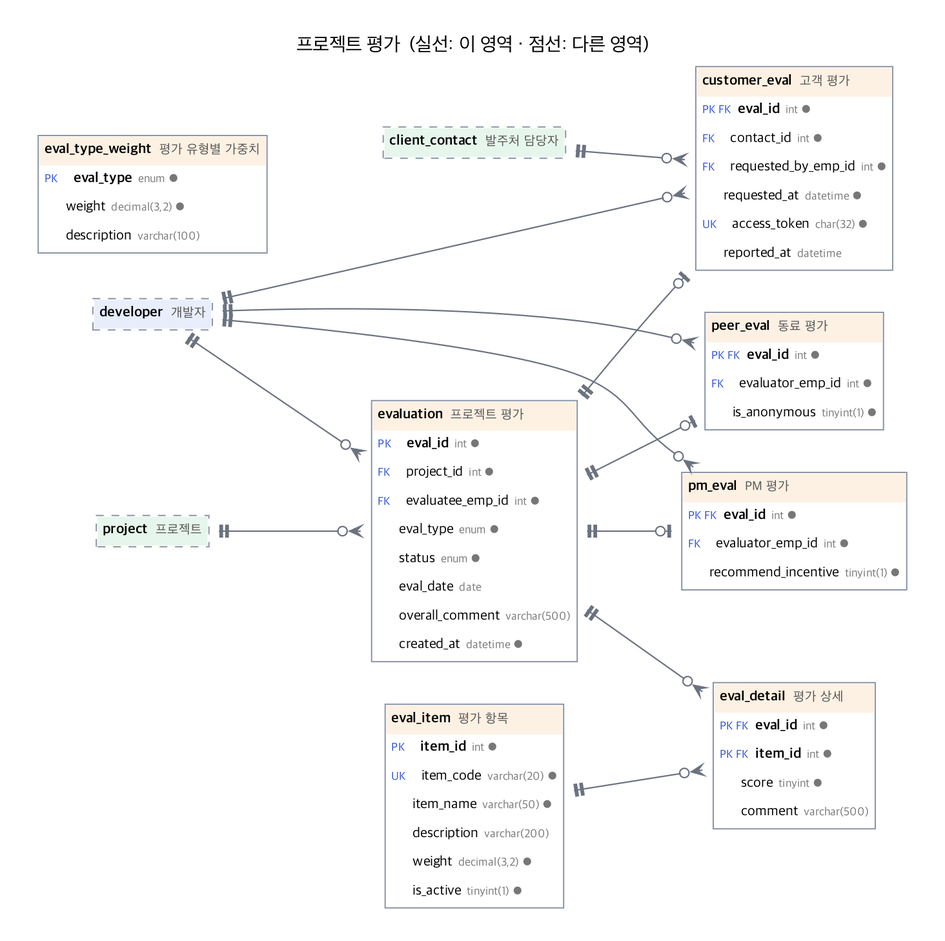
moovingGun/database-teamproject keeps this Graphviz diagram as docs/erd/03_eval.png. Above is the earlier version. Its source is kept beside it as docs/erd/03_eval.dot. The source it was exported from:
```dot
digraph "03_eval" {
  graph [rankdir=LR, fontname="Apple SD Gothic Neo", fontsize=13, bgcolor="white", nodesep=0.35, pad=0.3, splines=true, newrank=true, ranksep=0.9];
  node  [shape=plaintext, fontname="Apple SD Gothic Neo", fontsize=11];
  edge  [fontname="Apple SD Gothic Neo", fontsize=9];
  label="프로젝트 평가  (실선: 이 영역 · 점선: 다른 영역)"; labelloc=t; fontsize=15;
  "evaluation" [label=<<TABLE BORDER="1" CELLBORDER="0" CELLSPACING="0" CELLPADDING="4" COLOR="#8a94a6"><TR><TD BGCOLOR="#fdf1e3" ALIGN="LEFT"><B>evaluation</B>  <FONT POINT-SIZE="10" COLOR="#555555">프로젝트 평가</FONT></TD></TR><TR><TD ALIGN="LEFT"><FONT POINT-SIZE="9" COLOR="#2b4fd6">PK    </FONT> <B>eval_id</B><FONT POINT-SIZE="9" COLOR="#777777">  int ●</FONT></TD></TR><TR><TD ALIGN="LEFT"><FONT POINT-SIZE="9" COLOR="#2b4fd6">FK    </FONT> project_id<FONT POINT-SIZE="9" COLOR="#777777">  int ●</FONT></TD></TR><TR><TD ALIGN="LEFT"><FONT POINT-SIZE="9" COLOR="#2b4fd6">FK    </FONT> evaluatee_emp_id<FONT POINT-SIZE="9" COLOR="#777777">  int ●</FONT></TD></TR><TR><TD ALIGN="LEFT"><FONT POINT-SIZE="9" COLOR="#2b4fd6">      </FONT> eval_type<FONT POINT-SIZE="9" COLOR="#777777">  enum ●</FONT></TD></TR><TR><TD ALIGN="LEFT"><FONT POINT-SIZE="9" COLOR="#2b4fd6">      </FONT> status<FONT POINT-SIZE="9" COLOR="#777777">  enum ●</FONT></TD></TR><TR><TD ALIGN="LEFT"><FONT POINT-SIZE="9" COLOR="#2b4fd6">      </FONT> eval_date<FONT POINT-SIZE="9" COLOR="#777777">  date</FONT></TD></TR><TR><TD ALIGN="LEFT"><FONT POINT-SIZE="9" COLOR="#2b4fd6">      </FONT> overall_comment<FONT POINT-SIZE="9" COLOR="#777777">  varchar(500)</FONT></TD></TR><TR><TD ALIGN="LEFT"><FONT POINT-SIZE="9" COLOR="#2b4fd6">      </FONT> created_at<FONT POINT-SIZE="9" COLOR="#777777">  datetime ●</FONT></TD></TR></TABLE>>];
  "customer_eval" [label=<<TABLE BORDER="1" CELLBORDER="0" CELLSPACING="0" CELLPADDING="4" COLOR="#8a94a6"><TR><TD BGCOLOR="#fdf1e3" ALIGN="LEFT"><B>customer_eval</B>  <FONT POINT-SIZE="10" COLOR="#555555">고객 평가</FONT></TD></TR><TR><TD ALIGN="LEFT"><FONT POINT-SIZE="9" COLOR="#2b4fd6">PK FK </FONT> <B>eval_id</B><FONT POINT-SIZE="9" COLOR="#777777">  int ●</FONT></TD></TR><TR><TD ALIGN="LEFT"><FONT POINT-SIZE="9" COLOR="#2b4fd6">FK    </FONT> contact_id<FONT POINT-SIZE="9" COLOR="#777777">  int ●</FONT></TD></TR><TR><TD ALIGN="LEFT"><FONT POINT-SIZE="9" COLOR="#2b4fd6">FK    </FONT> requested_by_emp_id<FONT POINT-SIZE="9" COLOR="#777777">  int ●</FONT></TD></TR><TR><TD ALIGN="LEFT"><FONT POINT-SIZE="9" COLOR="#2b4fd6">      </FONT> requested_at<FONT POINT-SIZE="9" COLOR="#777777">  datetime ●</FONT></TD></TR><TR><TD ALIGN="LEFT"><FONT POINT-SIZE="9" COLOR="#2b4fd6">UK    </FONT> access_token<FONT POINT-SIZE="9" COLOR="#777777">  char(32) ●</FONT></TD></TR><TR><TD ALIGN="LEFT"><FONT POINT-SIZE="9" COLOR="#2b4fd6">      </FONT> reported_at<FONT POINT-SIZE="9" COLOR="#777777">  datetime</FONT></TD></TR></TABLE>>];
  "pm_eval" [label=<<TABLE BORDER="1" CELLBORDER="0" CELLSPACING="0" CELLPADDING="4" COLOR="#8a94a6"><TR><TD BGCOLOR="#fdf1e3" ALIGN="LEFT"><B>pm_eval</B>  <FONT POINT-SIZE="10" COLOR="#555555">PM 평가</FONT></TD></TR><TR><TD ALIGN="LEFT"><FONT POINT-SIZE="9" COLOR="#2b4fd6">PK FK </FONT> <B>eval_id</B><FONT POINT-SIZE="9" COLOR="#777777">  int ●</FONT></TD></TR><TR><TD ALIGN="LEFT"><FONT POINT-SIZE="9" COLOR="#2b4fd6">FK    </FONT> evaluator_emp_id<FONT POINT-SIZE="9" COLOR="#777777">  int ●</FONT></TD></TR><TR><TD ALIGN="LEFT"><FONT POINT-SIZE="9" COLOR="#2b4fd6">      </FONT> recommend_incentive<FONT POINT-SIZE="9" COLOR="#777777">  tinyint(1) ●</FONT></TD></TR></TABLE>>];
  "peer_eval" [label=<<TABLE BORDER="1" CELLBORDER="0" CELLSPACING="0" CELLPADDING="4" COLOR="#8a94a6"><TR><TD BGCOLOR="#fdf1e3" ALIGN="LEFT"><B>peer_eval</B>  <FONT POINT-SIZE="10" COLOR="#555555">동료 평가</FONT></TD></TR><TR><TD ALIGN="LEFT"><FONT POINT-SIZE="9" COLOR="#2b4fd6">PK FK </FONT> <B>eval_id</B><FONT POINT-SIZE="9" COLOR="#777777">  int ●</FONT></TD></TR><TR><TD ALIGN="LEFT"><FONT POINT-SIZE="9" COLOR="#2b4fd6">FK    </FONT> evaluator_emp_id<FONT POINT-SIZE="9" COLOR="#777777">  int ●</FONT></TD></TR><TR><TD ALIGN="LEFT"><FONT POINT-SIZE="9" COLOR="#2b4fd6">      </FONT> is_anonymous<FONT POINT-SIZE="9" COLOR="#777777">  tinyint(1) ●</FONT></TD></TR></TABLE>>];
  "eval_item" [label=<<TABLE BORDER="1" CELLBORDER="0" CELLSPACING="0" CELLPADDING="4" COLOR="#8a94a6"><TR><TD BGCOLOR="#fdf1e3" ALIGN="LEFT"><B>eval_item</B>  <FONT POINT-SIZE="10" COLOR="#555555">평가 항목</FONT></TD></TR><TR><TD ALIGN="LEFT"><FONT POINT-SIZE="9" COLOR="#2b4fd6">PK    </FONT> <B>item_id</B><FONT POINT-SIZE="9" COLOR="#777777">  int ●</FONT></TD></TR><TR><TD ALIGN="LEFT"><FONT POINT-SIZE="9" COLOR="#2b4fd6">UK    </FONT> item_code<FONT POINT-SIZE="9" COLOR="#777777">  varchar(20) ●</FONT></TD></TR><TR><TD ALIGN="LEFT"><FONT POINT-SIZE="9" COLOR="#2b4fd6">      </FONT> item_name<FONT POINT-SIZE="9" COLOR="#777777">  varchar(50) ●</FONT></TD></TR><TR><TD ALIGN="LEFT"><FONT POINT-SIZE="9" COLOR="#2b4fd6">      </FONT> description<FONT POINT-SIZE="9" COLOR="#777777">  varchar(200)</FONT></TD></TR><TR><TD ALIGN="LEFT"><FONT POINT-SIZE="9" COLOR="#2b4fd6">      </FONT> weight<FONT POINT-SIZE="9" COLOR="#777777">  decimal(3,2) ●</FONT></TD></TR><TR><TD ALIGN="LEFT"><FONT POINT-SIZE="9" COLOR="#2b4fd6">      </FONT> is_active<FONT POINT-SIZE="9" COLOR="#777777">  tinyint(1) ●</FONT></TD></TR></TABLE>>];
  "eval_detail" [label=<<TABLE BORDER="1" CELLBORDER="0" CELLSPACING="0" CELLPADDING="4" COLOR="#8a94a6"><TR><TD BGCOLOR="#fdf1e3" ALIGN="LEFT"><B>eval_detail</B>  <FONT POINT-SIZE="10" COLOR="#555555">평가 상세</FONT></TD></TR><TR><TD ALIGN="LEFT"><FONT POINT-SIZE="9" COLOR="#2b4fd6">PK FK </FONT> <B>eval_id</B><FONT POINT-SIZE="9" COLOR="#777777">  int ●</FONT></TD></TR><TR><TD ALIGN="LEFT"><FONT POINT-SIZE="9" COLOR="#2b4fd6">PK FK </FONT> <B>item_id</B><FONT POINT-SIZE="9" COLOR="#777777">  int ●</FONT></TD></TR><TR><TD ALIGN="LEFT"><FONT POINT-SIZE="9" COLOR="#2b4fd6">      </FONT> score<FONT POINT-SIZE="9" COLOR="#777777">  tinyint ●</FONT></TD></TR><TR><TD ALIGN="LEFT"><FONT POINT-SIZE="9" COLOR="#2b4fd6">      </FONT> comment<FONT POINT-SIZE="9" COLOR="#777777">  varchar(500)</FONT></TD></TR></TABLE>>];
  "eval_type_weight" [label=<<TABLE BORDER="1" CELLBORDER="0" CELLSPACING="0" CELLPADDING="4" COLOR="#8a94a6"><TR><TD BGCOLOR="#fdf1e3" ALIGN="LEFT"><B>eval_type_weight</B>  <FONT POINT-SIZE="10" COLOR="#555555">평가 유형별 가중치</FONT></TD></TR><TR><TD ALIGN="LEFT"><FONT POINT-SIZE="9" COLOR="#2b4fd6">PK    </FONT> <B>eval_type</B><FONT POINT-SIZE="9" COLOR="#777777">  enum ●</FONT></TD></TR><TR><TD ALIGN="LEFT"><FONT POINT-SIZE="9" COLOR="#2b4fd6">      </FONT> weight<FONT POINT-SIZE="9" COLOR="#777777">  decimal(3,2) ●</FONT></TD></TR><TR><TD ALIGN="LEFT"><FONT POINT-SIZE="9" COLOR="#2b4fd6">      </FONT> description<FONT POINT-SIZE="9" COLOR="#777777">  varchar(100)</FONT></TD></TR></TABLE>>];
  "client_contact" [label=<<TABLE BORDER="1" CELLBORDER="0" CELLSPACING="0" CELLPADDING="4" COLOR="#8a94a6" STYLE="dashed"><TR><TD BGCOLOR="#e7f6ec" ALIGN="LEFT"><B>client_contact</B>  <FONT POINT-SIZE="10" COLOR="#555555">발주처 담당자</FONT></TD></TR></TABLE>>];
  "developer" [label=<<TABLE BORDER="1" CELLBORDER="0" CELLSPACING="0" CELLPADDING="4" COLOR="#8a94a6" STYLE="dashed"><TR><TD BGCOLOR="#e8eefc" ALIGN="LEFT"><B>developer</B>  <FONT POINT-SIZE="10" COLOR="#555555">개발자</FONT></TD></TR></TABLE>>];
  "project" [label=<<TABLE BORDER="1" CELLBORDER="0" CELLSPACING="0" CELLPADDING="4" COLOR="#8a94a6" STYLE="dashed"><TR><TD BGCOLOR="#e7f6ec" ALIGN="LEFT"><B>project</B>  <FONT POINT-SIZE="10" COLOR="#555555">프로젝트</FONT></TD></TR></TABLE>>];
  "client_contact" -> "customer_eval" [dir=both, arrowtail=teetee, arrowhead=crowodot, color="#6b7280", penwidth=1.1, arrowsize=0.9];
  "evaluation" -> "customer_eval" [dir=both, arrowtail=teetee, arrowhead=teeodot, color="#6b7280", penwidth=1.1, arrowsize=0.9];
  "developer" -> "customer_eval" [dir=both, arrowtail=teetee, arrowhead=crowodot, color="#6b7280", penwidth=1.1, arrowsize=0.9];
  "evaluation" -> "eval_detail" [dir=both, arrowtail=teetee, arrowhead=crowodot, color="#6b7280", penwidth=1.1, arrowsize=0.9];
  "eval_item" -> "eval_detail" [dir=both, arrowtail=teetee, arrowhead=crowodot, color="#6b7280", penwidth=1.1, arrowsize=0.9];
  "developer" -> "evaluation" [dir=both, arrowtail=teetee, arrowhead=crowodot, color="#6b7280", penwidth=1.1, arrowsize=0.9];
  "project" -> "evaluation" [dir=both, arrowtail=teetee, arrowhead=crowodot, color="#6b7280", penwidth=1.1, arrowsize=0.9];
  "evaluation" -> "peer_eval" [dir=both, arrowtail=teetee, arrowhead=teeodot, color="#6b7280", penwidth=1.1, arrowsize=0.9];
  "developer" -> "peer_eval" [dir=both, arrowtail=teetee, arrowhead=crowodot, color="#6b7280", penwidth=1.1, arrowsize=0.9];
  "evaluation" -> "pm_eval" [dir=both, arrowtail=teetee, arrowhead=teeodot, color="#6b7280", penwidth=1.1, arrowsize=0.9];
  "developer" -> "pm_eval" [dir=both, arrowtail=teetee, arrowhead=crowodot, color="#6b7280", penwidth=1.1, arrowsize=0.9];
}
```
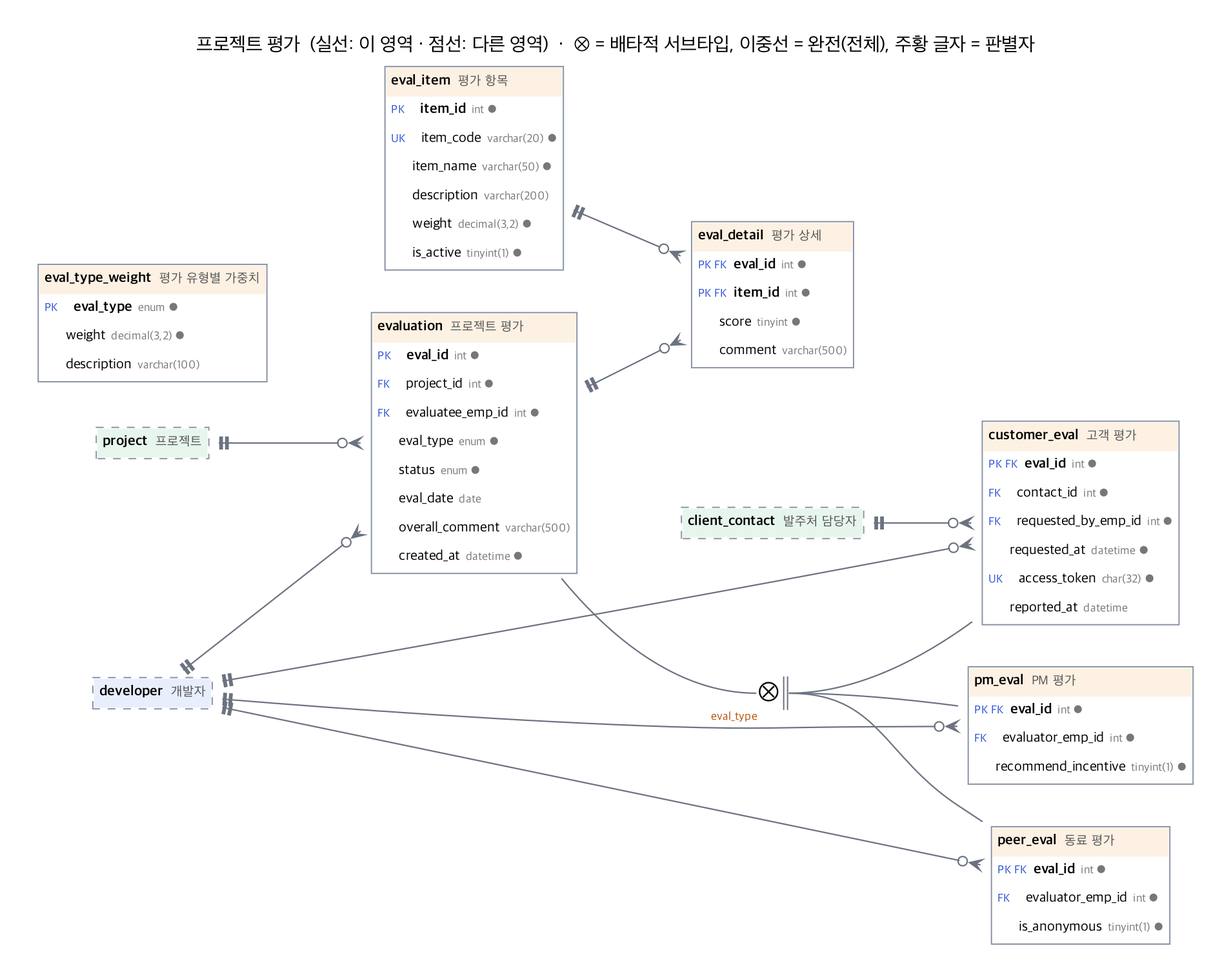
After the commit.

Commit message:
docs: ERD 슈퍼타입-서브타입을 IE 서브타입 기호로 표기

The edit, as a diff of the source:
```diff
@@ -2,7 +2,7 @@
   graph [rankdir=LR, fontname="Apple SD Gothic Neo", fontsize=13, bgcolor="white", nodesep=0.35, pad=0.3, splines=true, newrank=true, ranksep=0.9];
   node  [shape=plaintext, fontname="Apple SD Gothic Neo", fontsize=11];
   edge  [fontname="Apple SD Gothic Neo", fontsize=9];
-  label="프로젝트 평가  (실선: 이 영역 · 점선: 다른 영역)"; labelloc=t; fontsize=15;
+  label="프로젝트 평가  (실선: 이 영역 · 점선: 다른 영역)  ·  ⊗ = 배타적 서브타입, 이중선 = 완전(전체), 주황 글자 = 판별자"; labelloc=t; fontsize=15;
   "evaluation" [label=<<TABLE BORDER="1" CELLBORDER="0" CELLSPACING="0" CELLPADDING="4" COLOR="#8a94a6"><TR><TD BGCOLOR="#fdf1e3" ALIGN="LEFT"><B>evaluation</B>  <FONT POINT-SIZE="10" COLOR="#555555">프로젝트 평가</FONT></TD></TR><TR><TD ALIGN="LEFT"><FONT POINT-SIZE="9" COLOR="#2b4fd6">PK    </FONT> <B>eval_id</B><FONT POINT-SIZE="9" COLOR="#777777">  int ●</FONT></TD></TR><TR><TD ALIGN="LEFT"><FONT POINT-SIZE="9" COLOR="#2b4fd6">FK    </FONT> project_id<FONT POINT-SIZE="9" COLOR="#777777">  int ●</FONT></TD></TR><TR><TD ALIGN="LEFT"><FONT POINT-SIZE="9" COLOR="#2b4fd6">FK    </FONT> evaluatee_emp_id<FONT POINT-SIZE="9" COLOR="#777777">  int ●</FONT></TD></TR><TR><TD ALIGN="LEFT"><FONT POINT-SIZE="9" COLOR="#2b4fd6">      </FONT> eval_type<FONT POINT-SIZE="9" COLOR="#777777">  enum ●</FONT></TD></TR><TR><TD ALIGN="LEFT"><FONT POINT-SIZE="9" COLOR="#2b4fd6">      </FONT> status<FONT POINT-SIZE="9" COLOR="#777777">  enum ●</FONT></TD></TR><TR><TD ALIGN="LEFT"><FONT POINT-SIZE="9" COLOR="#2b4fd6">      </FONT> eval_date<FONT POINT-SIZE="9" COLOR="#777777">  date</FONT></TD></TR><TR><TD ALIGN="LEFT"><FONT POINT-SIZE="9" COLOR="#2b4fd6">      </FONT> overall_comment<FONT POINT-SIZE="9" COLOR="#777777">  varchar(500)</FONT></TD></TR><TR><TD ALIGN="LEFT"><FONT POINT-SIZE="9" COLOR="#2b4fd6">      </FONT> created_at<FONT POINT-SIZE="9" COLOR="#777777">  datetime ●</FONT></TD></TR></TABLE>>];
   "customer_eval" [label=<<TABLE BORDER="1" CELLBORDER="0" CELLSPACING="0" CELLPADDING="4" COLOR="#8a94a6"><TR><TD BGCOLOR="#fdf1e3" ALIGN="LEFT"><B>customer_eval</B>  <FONT POINT-SIZE="10" COLOR="#555555">고객 평가</FONT></TD></TR><TR><TD ALIGN="LEFT"><FONT POINT-SIZE="9" COLOR="#2b4fd6">PK FK </FONT> <B>eval_id</B><FONT POINT-SIZE="9" COLOR="#777777">  int ●</FONT></TD></TR><TR><TD ALIGN="LEFT"><FONT POINT-SIZE="9" COLOR="#2b4fd6">FK    </FONT> contact_id<FONT POINT-SIZE="9" COLOR="#777777">  int ●</FONT></TD></TR><TR><TD ALIGN="LEFT"><FONT POINT-SIZE="9" COLOR="#2b4fd6">FK    </FONT> requested_by_emp_id<FONT POINT-SIZE="9" COLOR="#777777">  int ●</FONT></TD></TR><TR><TD ALIGN="LEFT"><FONT POINT-SIZE="9" COLOR="#2b4fd6">      </FONT> requested_at<FONT POINT-SIZE="9" COLOR="#777777">  datetime ●</FONT></TD></TR><TR><TD ALIGN="LEFT"><FONT POINT-SIZE="9" COLOR="#2b4fd6">UK    </FONT> access_token<FONT POINT-SIZE="9" COLOR="#777777">  char(32) ●</FONT></TD></TR><TR><TD ALIGN="LEFT"><FONT POINT-SIZE="9" COLOR="#2b4fd6">      </FONT> reported_at<FONT POINT-SIZE="9" COLOR="#777777">  datetime</FONT></TD></TR></TABLE>>];
   "pm_eval" [label=<<TABLE BORDER="1" CELLBORDER="0" CELLSPACING="0" CELLPADDING="4" COLOR="#8a94a6"><TR><TD BGCOLOR="#fdf1e3" ALIGN="LEFT"><B>pm_eval</B>  <FONT POINT-SIZE="10" COLOR="#555555">PM 평가</FONT></TD></TR><TR><TD ALIGN="LEFT"><FONT POINT-SIZE="9" COLOR="#2b4fd6">PK FK </FONT> <B>eval_id</B><FONT POINT-SIZE="9" COLOR="#777777">  int ●</FONT></TD></TR><TR><TD ALIGN="LEFT"><FONT POINT-SIZE="9" COLOR="#2b4fd6">FK    </FONT> evaluator_emp_id<FONT POINT-SIZE="9" COLOR="#777777">  int ●</FONT></TD></TR><TR><TD ALIGN="LEFT"><FONT POINT-SIZE="9" COLOR="#2b4fd6">      </FONT> recommend_incentive<FONT POINT-SIZE="9" COLOR="#777777">  tinyint(1) ●</FONT></TD></TR></TABLE>>];
@@ -14,14 +14,16 @@
   "developer" [label=<<TABLE BORDER="1" CELLBORDER="0" CELLSPACING="0" CELLPADDING="4" COLOR="#8a94a6" STYLE="dashed"><TR><TD BGCOLOR="#e8eefc" ALIGN="LEFT"><B>developer</B>  <FONT POINT-SIZE="10" COLOR="#555555">개발자</FONT></TD></TR></TABLE>>];
   "project" [label=<<TABLE BORDER="1" CELLBORDER="0" CELLSPACING="0" CELLPADDING="4" COLOR="#8a94a6" STYLE="dashed"><TR><TD BGCOLOR="#e7f6ec" ALIGN="LEFT"><B>project</B>  <FONT POINT-SIZE="10" COLOR="#555555">프로젝트</FONT></TD></TR></TABLE>>];
   "client_contact" -> "customer_eval" [dir=both, arrowtail=teetee, arrowhead=crowodot, color="#6b7280", penwidth=1.1, arrowsize=0.9];
-  "evaluation" -> "customer_eval" [dir=both, arrowtail=teetee, arrowhead=teeodot, color="#6b7280", penwidth=1.1, arrowsize=0.9];
   "developer" -> "customer_eval" [dir=both, arrowtail=teetee, arrowhead=crowodot, color="#6b7280", penwidth=1.1, arrowsize=0.9];
   "evaluation" -> "eval_detail" [dir=both, arrowtail=teetee, arrowhead=crowodot, color="#6b7280", penwidth=1.1, arrowsize=0.9];
   "eval_item" -> "eval_detail" [dir=both, arrowtail=teetee, arrowhead=crowodot, color="#6b7280", penwidth=1.1, arrowsize=0.9];
   "developer" -> "evaluation" [dir=both, arrowtail=teetee, arrowhead=crowodot, color="#6b7280", penwidth=1.1, arrowsize=0.9];
   "project" -> "evaluation" [dir=both, arrowtail=teetee, arrowhead=crowodot, color="#6b7280", penwidth=1.1, arrowsize=0.9];
-  "evaluation" -> "peer_eval" [dir=both, arrowtail=teetee, arrowhead=teeodot, color="#6b7280", penwidth=1.1, arrowsize=0.9];
   "developer" -> "peer_eval" [dir=both, arrowtail=teetee, arrowhead=crowodot, color="#6b7280", penwidth=1.1, arrowsize=0.9];
-  "evaluation" -> "pm_eval" [dir=both, arrowtail=teetee, arrowhead=teeodot, color="#6b7280", penwidth=1.1, arrowsize=0.9];
   "developer" -> "pm_eval" [dir=both, arrowtail=teetee, arrowhead=crowodot, color="#6b7280", penwidth=1.1, arrowsize=0.9];
+  "cat_evaluation" [margin=0, width=0, height=0, label=<<TABLE BORDER="0" CELLBORDER="0" CELLSPACING="0" CELLPADDING="0" COLOR="#6b7280"><TR><TD PORT="in"><FONT POINT-SIZE="20">⊗</FONT></TD><TD BORDER="1" SIDES="R" WIDTH="3" HEIGHT="26" FIXEDSIZE="TRUE"></TD><TD BORDER="1" SIDES="R" WIDTH="3" HEIGHT="26" FIXEDSIZE="TRUE" PORT="out"></TD></TR></TABLE>>, xlabel=<<FONT POINT-SIZE="9" COLOR="#b45309">eval_type</FONT>>];
+  "evaluation" -> "cat_evaluation" [dir=none, headport="in:w", color="#6b7280", penwidth=1.1];
+  "cat_evaluation" -> "customer_eval" [dir=none, tailport="out:e", color="#6b7280", penwidth=1.1];
+  "cat_evaluation" -> "pm_eval" [dir=none, tailport="out:e", color="#6b7280", penwidth=1.1];
+  "cat_evaluation" -> "peer_eval" [dir=none, tailport="out:e", color="#6b7280", penwidth=1.1];
 }
```
